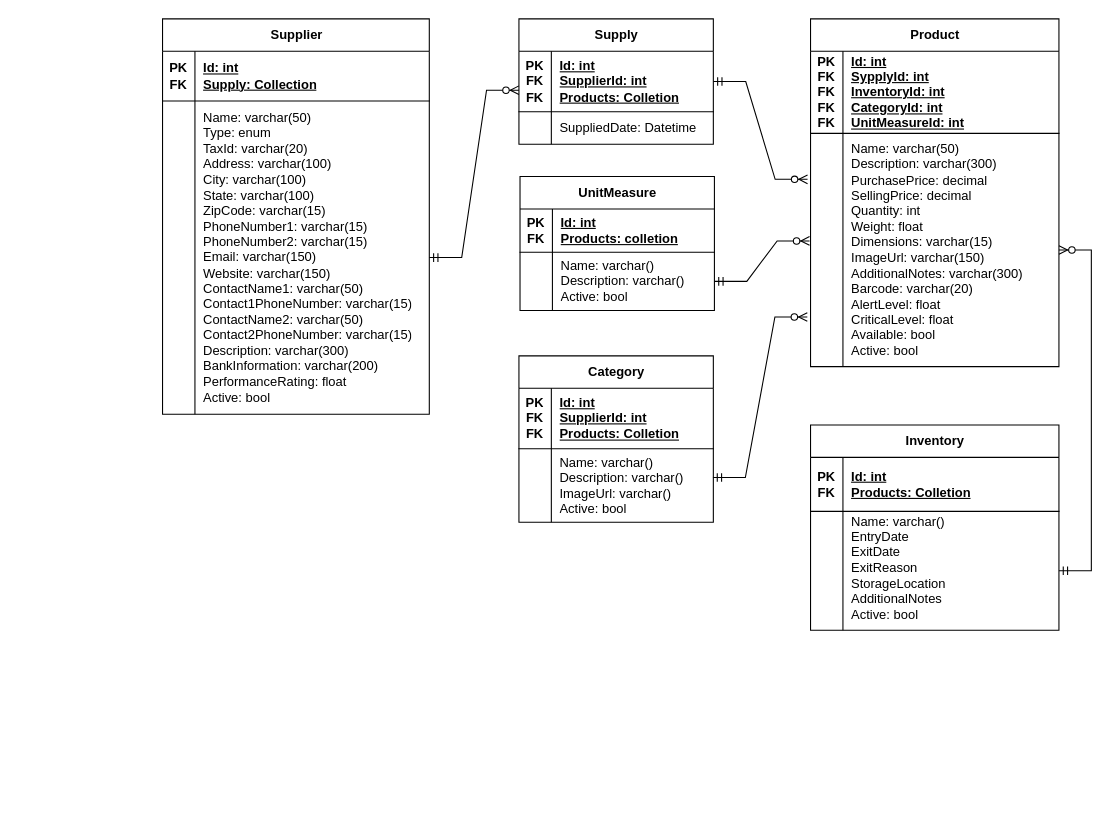
Earlier version of the draw.io diagram DB.drawio (TechMinds-Group/Inventory-control). Source tidied: cells renumbered, new cells numbered last; positions are measured from the earlier drawing's top-left corner, leaving out a move shared by most shapes. Both pictures are drawn from the tidied source at 108%, with x=0, y=0 at pixel (162, 18).
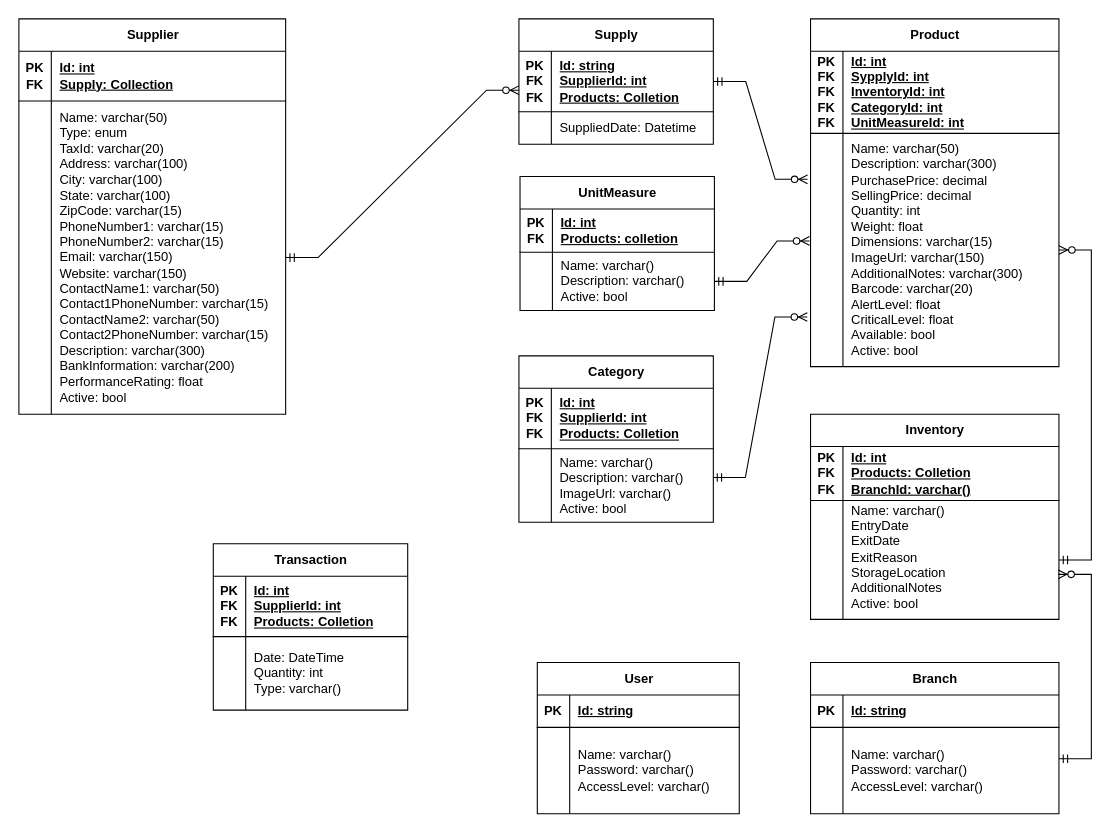
After the change.

The change refers to these unchanged cells:
```xml
<mxCell id="10" style="shape=tableRow;horizontal=0;startSize=0;swimlaneHead=0;swimlaneBody=0;fillColor=none;top=0;left=0;right=0;bottom=1;" parent="9" vertex="1">
  <mxGeometry y="30" width="180" height="56" as="geometry" />
</mxCell>
<mxCell id="26" style="shape=tableRow;horizontal=0;startSize=0;swimlaneHead=0;swimlaneBody=0;fillColor=none;top=0;left=0;right=0;bottom=1;" parent="25" vertex="1">
  <mxGeometry y="30" width="230" height="50" as="geometry" />
</mxCell>
<mxCell id="29" style="shape=tableRow;horizontal=0;startSize=0;swimlaneHead=0;swimlaneBody=0;fillColor=none;points=[[0,0.5],[1,0.5]];portConstraint=eastwest;top=0;left=0;right=0;bottom=0;" parent="25" vertex="1">
  <mxGeometry y="80" width="230" height="110" as="geometry" />
</mxCell>
```

Change to the diagram source:
```diff
@@
     <mxCell id="2" value="Supplier" style="shape=table;startSize=30;childLayout=tableLayout;rowLines=0;fontStyle=1;align=center;html=1;" parent="1" vertex="1">
-      <mxGeometry width="247" height="366" as="geometry" />
+      <mxGeometry x="-133" width="247" height="366" as="geometry" />
     </mxCell>
@@
-    <mxCell id="12" value="Id: int&lt;br&gt;SupplierId: int&lt;br&gt;Products: Colletion" style="shape=partialRectangle;fillColor=none;top=0;left=0;bottom=0;right=0;align=left;spacingLeft=6;fontStyle=5;overflow=hidden;whiteSpace=wrap;html=1;" parent="10" vertex="1">
+    <mxCell id="12" value="Id: string&lt;br&gt;SupplierId: int&lt;br&gt;Products: Colletion" style="shape=partialRectangle;fillColor=none;top=0;left=0;bottom=0;right=0;align=left;spacingLeft=6;fontStyle=5;overflow=hidden;whiteSpace=wrap;html=1;" parent="10" vertex="1">
       <mxGeometry x="30" width="150" height="56" as="geometry" />
     </mxCell>
@@
     <mxCell id="25" value="Inventory" style="shape=table;startSize=30;childLayout=tableLayout;rowLines=0;fontStyle=1;align=center;html=1;" parent="1" vertex="1">
-      <mxGeometry x="600" y="376" width="230" height="190" as="geometry" />
+      <mxGeometry x="600" y="366" width="230" height="190" as="geometry" />
     </mxCell>
@@
-    <mxCell id="27" value="PK&lt;br&gt;FK" style="shape=partialRectangle;fillColor=none;top=0;left=0;bottom=0;right=0;fontStyle=1;overflow=hidden;whiteSpace=wrap;html=1;" parent="26" vertex="1">
+    <mxCell id="27" value="PK&lt;br&gt;FK&lt;br&gt;FK" style="shape=partialRectangle;fillColor=none;top=0;left=0;bottom=0;right=0;fontStyle=1;overflow=hidden;whiteSpace=wrap;html=1;" parent="26" vertex="1">
       <mxGeometry width="30" height="50" as="geometry" />
     </mxCell>
-    <mxCell id="28" value="Id: int&lt;br&gt;Products: Colletion" style="shape=partialRectangle;fillColor=none;top=0;left=0;bottom=0;right=0;align=left;spacingLeft=6;fontStyle=5;overflow=hidden;whiteSpace=wrap;html=1;" parent="26" vertex="1">
+    <mxCell id="28" value="Id: int&lt;br&gt;Products: Colletion&lt;br&gt;BranchId: varchar()" style="shape=partialRectangle;fillColor=none;top=0;left=0;bottom=0;right=0;align=left;spacingLeft=6;fontStyle=5;overflow=hidden;whiteSpace=wrap;html=1;" parent="26" vertex="1">
       <mxGeometry x="30" width="200" height="50" as="geometry" />
     </mxCell>
@@
+    <mxCell id="49" value="User" style="shape=table;startSize=30;childLayout=tableLayout;rowLines=0;fontStyle=1;align=center;html=1;" parent="1" vertex="1">
+      <mxGeometry x="347" y="596" width="187" height="140" as="geometry" />
+    </mxCell>
+    <mxCell id="50" style="shape=tableRow;horizontal=0;startSize=0;swimlaneHead=0;swimlaneBody=0;fillColor=none;top=0;left=0;right=0;bottom=1;" parent="49" vertex="1">
+      <mxGeometry y="30" width="187" height="30" as="geometry" />
+    </mxCell>
+    <mxCell id="51" value="PK" style="shape=partialRectangle;fillColor=none;top=0;left=0;bottom=0;right=0;fontStyle=1;overflow=hidden;whiteSpace=wrap;html=1;" parent="50" vertex="1">
+      <mxGeometry width="30" height="30" as="geometry" />
+    </mxCell>
+    <mxCell id="52" value="Id: string" style="shape=partialRectangle;fillColor=none;top=0;left=0;bottom=0;right=0;align=left;spacingLeft=6;fontStyle=5;overflow=hidden;whiteSpace=wrap;html=1;" parent="50" vertex="1">
+      <mxGeometry x="30" width="157" height="30" as="geometry" />
+    </mxCell>
+    <mxCell id="53" style="shape=tableRow;horizontal=0;startSize=0;swimlaneHead=0;swimlaneBody=0;fillColor=none;top=0;left=0;right=0;bottom=0;" parent="49" vertex="1">
+      <mxGeometry y="60" width="187" height="80" as="geometry" />
+    </mxCell>
+    <mxCell id="54" style="shape=partialRectangle;fillColor=none;top=0;left=0;bottom=0;right=0;overflow=hidden;whiteSpace=wrap;html=1;" parent="53" vertex="1">
+      <mxGeometry width="30" height="80" as="geometry" />
+    </mxCell>
+    <mxCell id="55" value="Name: varchar()&lt;br&gt;Password: varchar()&lt;br&gt;AccessLevel: varchar()" style="shape=partialRectangle;fillColor=none;top=0;left=0;bottom=0;right=0;align=left;spacingLeft=6;overflow=hidden;whiteSpace=wrap;html=1;" parent="53" vertex="1">
+      <mxGeometry x="30" width="157" height="80" as="geometry" />
+    </mxCell>
+    <mxCell id="56" value="Branch" style="shape=table;startSize=30;childLayout=tableLayout;rowLines=0;fontStyle=1;align=center;html=1;" parent="1" vertex="1">
+      <mxGeometry x="600" y="596" width="230" height="140" as="geometry" />
+    </mxCell>
+    <mxCell id="57" style="shape=tableRow;horizontal=0;startSize=0;swimlaneHead=0;swimlaneBody=0;fillColor=none;top=0;left=0;right=0;bottom=1;" parent="56" vertex="1">
+      <mxGeometry y="30" width="230" height="30" as="geometry" />
+    </mxCell>
+    <mxCell id="58" value="PK" style="shape=partialRectangle;fillColor=none;top=0;left=0;bottom=0;right=0;fontStyle=1;overflow=hidden;whiteSpace=wrap;html=1;" parent="57" vertex="1">
+      <mxGeometry width="30" height="30" as="geometry" />
+    </mxCell>
+    <mxCell id="59" value="Id: string" style="shape=partialRectangle;fillColor=none;top=0;left=0;bottom=0;right=0;align=left;spacingLeft=6;fontStyle=5;overflow=hidden;whiteSpace=wrap;html=1;" parent="57" vertex="1">
+      <mxGeometry x="30" width="200" height="30" as="geometry" />
+    </mxCell>
+    <mxCell id="60" style="shape=tableRow;horizontal=0;startSize=0;swimlaneHead=0;swimlaneBody=0;fillColor=none;top=0;left=0;right=0;bottom=0;" parent="56" vertex="1">
+      <mxGeometry y="60" width="230" height="80" as="geometry" />
+    </mxCell>
+    <mxCell id="61" style="shape=partialRectangle;fillColor=none;top=0;left=0;bottom=0;right=0;overflow=hidden;whiteSpace=wrap;html=1;" parent="60" vertex="1">
+      <mxGeometry width="30" height="80" as="geometry" />
+    </mxCell>
+    <mxCell id="62" value="Name: varchar()&lt;br&gt;Password: varchar()&lt;br&gt;AccessLevel: varchar()" style="shape=partialRectangle;fillColor=none;top=0;left=0;bottom=0;right=0;align=left;spacingLeft=6;overflow=hidden;whiteSpace=wrap;html=1;" parent="60" vertex="1">
+      <mxGeometry x="30" width="200" height="80" as="geometry" />
+    </mxCell>
+    <mxCell id="63" style="edgeStyle=entityRelationEdgeStyle;fontSize=12;html=1;endArrow=ERzeroToMany;startArrow=ERmandOne;rounded=0;exitX=0.998;exitY=0.392;exitDx=0;exitDy=0;exitPerimeter=0;entryX=0.997;entryY=0.621;entryDx=0;entryDy=0;entryPerimeter=0;" parent="1" edge="1" target="29">
+      <mxGeometry relative="1" as="geometry">
+        <mxPoint x="830" y="685" as="sourcePoint" />
+      </mxGeometry>
+    </mxCell>
+    <mxCell id="64" value="Transaction" style="shape=table;startSize=30;childLayout=tableLayout;rowLines=0;fontStyle=1;align=center;html=1;" parent="1" vertex="1">
+      <mxGeometry x="47" y="486" width="180" height="154" as="geometry" />
+    </mxCell>
+    <mxCell id="65" style="shape=tableRow;horizontal=0;startSize=0;swimlaneHead=0;swimlaneBody=0;fillColor=none;top=0;left=0;right=0;bottom=1;" parent="64" vertex="1">
+      <mxGeometry y="30" width="180" height="56" as="geometry" />
+    </mxCell>
+    <mxCell id="66" value="PK&lt;br&gt;FK&lt;br&gt;FK" style="shape=partialRectangle;fillColor=none;top=0;left=0;bottom=0;right=0;fontStyle=1;overflow=hidden;whiteSpace=wrap;html=1;" parent="65" vertex="1">
+      <mxGeometry width="30" height="56" as="geometry" />
+    </mxCell>
+    <mxCell id="67" value="Id: int&lt;br&gt;SupplierId: int&lt;br&gt;Products: Colletion" style="shape=partialRectangle;fillColor=none;top=0;left=0;bottom=0;right=0;align=left;spacingLeft=6;fontStyle=5;overflow=hidden;whiteSpace=wrap;html=1;" parent="65" vertex="1">
+      <mxGeometry x="30" width="150" height="56" as="geometry" />
+    </mxCell>
+    <mxCell id="68" style="shape=tableRow;horizontal=0;startSize=0;swimlaneHead=0;swimlaneBody=0;fillColor=none;top=0;left=0;right=0;bottom=0;" parent="64" vertex="1">
+      <mxGeometry y="86" width="180" height="68" as="geometry" />
+    </mxCell>
+    <mxCell id="69" style="shape=partialRectangle;fillColor=none;top=0;left=0;bottom=0;right=0;overflow=hidden;whiteSpace=wrap;html=1;" parent="68" vertex="1">
+      <mxGeometry width="30" height="68" as="geometry" />
+    </mxCell>
+    <mxCell id="70" value="Date: DateTime&lt;br&gt;Quantity: int&lt;br&gt;Type: varchar()" style="shape=partialRectangle;fillColor=none;top=0;left=0;bottom=0;right=0;align=left;spacingLeft=6;overflow=hidden;whiteSpace=wrap;html=1;" parent="68" vertex="1">
+      <mxGeometry x="30" width="150" height="68" as="geometry" />
+    </mxCell>
```
